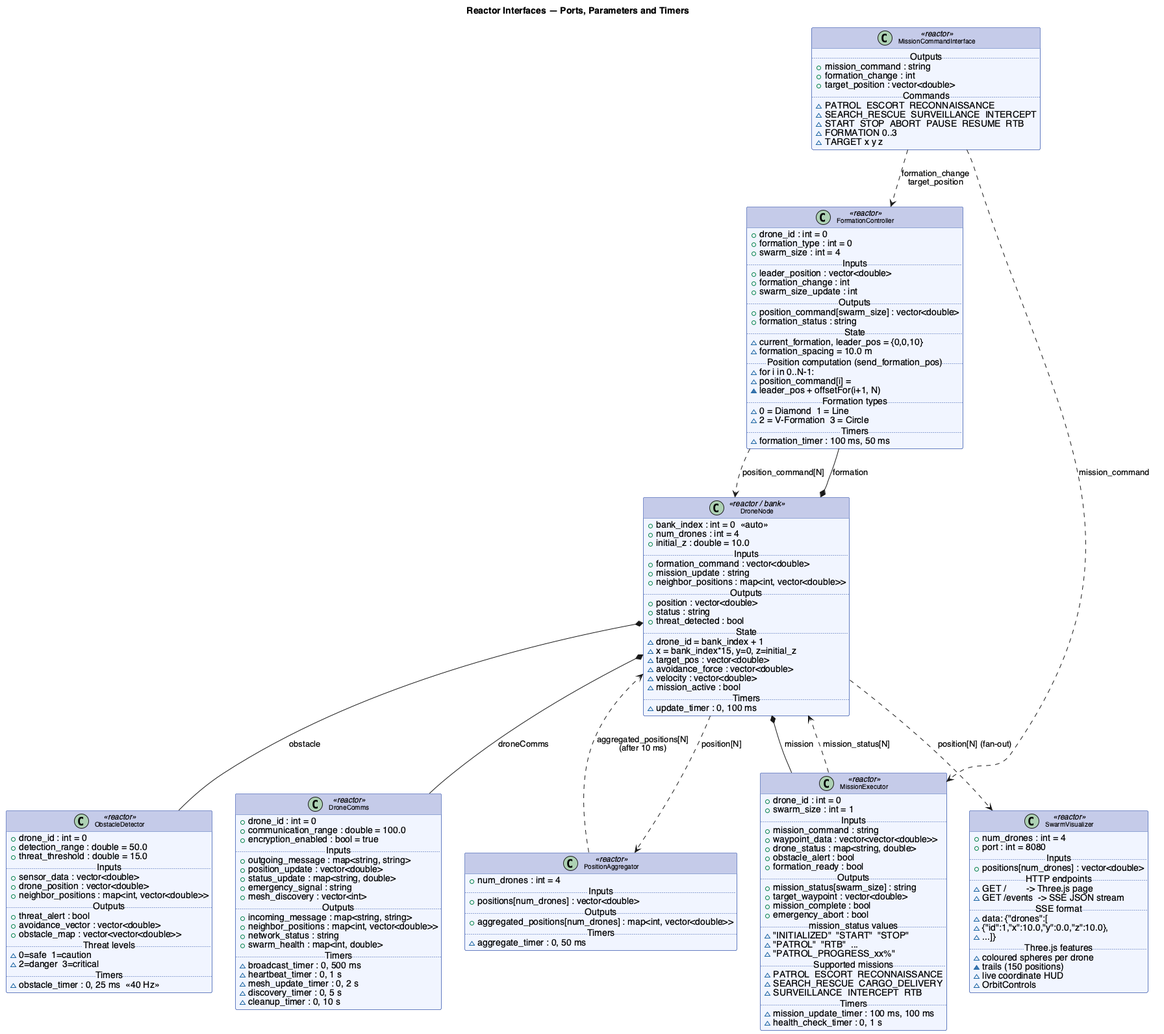
The PlantUML diagram doc/diagrams/images/03_reactors_interfaces.png in xwarzee/uav_lf, before a commit.
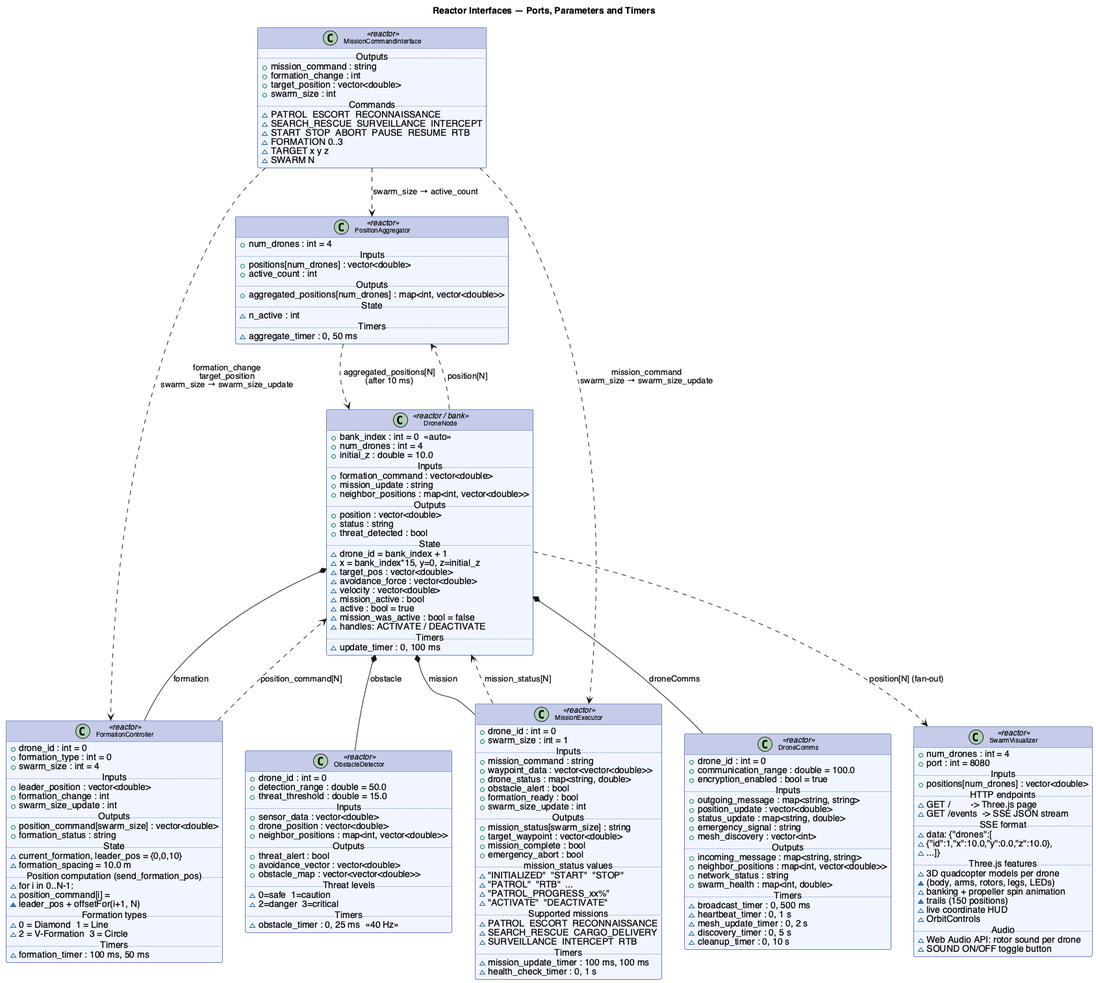
Above is the later version.

Commit message:
update doc with last changes: dynamic swarm resizing (limit max: initial size), quadcopter 3D model to visualize drones, sound per drone

The edit, as a diff of the source:
```diff
@@ -15,20 +15,25 @@
     + mission_command : string
     + formation_change : int
     + target_position : vector<double>
+    + swarm_size : int
     ..Commands..
     ~ PATROL  ESCORT  RECONNAISSANCE
     ~ SEARCH_RESCUE  SURVEILLANCE  INTERCEPT
     ~ START  STOP  ABORT  PAUSE  RESUME  RTB
     ~ FORMATION 0..3
     ~ TARGET x y z
+    ~ SWARM N
 }
 
 class "PositionAggregator" <<reactor>> {
     + num_drones : int = 4
     ..Inputs..
     + positions[num_drones] : vector<double>
+    + active_count : int
     ..Outputs..
     + aggregated_positions[num_drones] : map<int, vector<double>>
+    ..State..
+    ~ n_active : int
     ..Timers..
     ~ aggregate_timer : 0, 50 ms
 }
@@ -52,6 +57,9 @@
     ~ avoidance_force : vector<double>
     ~ velocity : vector<double>
     ~ mission_active : bool
+    ~ active : bool = true
+    ~ mission_was_active : bool = false
+    ~ handles: ACTIVATE / DEACTIVATE
     ..Timers..
     ~ update_timer : 0, 100 ms
 }
@@ -109,6 +117,7 @@
     + drone_status : map<string, double>
     + obstacle_alert : bool
     + formation_ready : bool
+    + swarm_size_update : int
     ..Outputs..
     + mission_status[swarm_size] : string
     + target_waypoint : vector<double>
@@ -118,6 +127,7 @@
     ~ "INITIALIZED"  "START"  "STOP"
     ~ "PATROL"  "RTB"  ...
     ~ "PATROL_PROGRESS_xx%"
+    ~ "ACTIVATE"  "DEACTIVATE"
     ..Supported missions..
     ~ PATROL  ESCORT  RECONNAISSANCE
     ~ SEARCH_RESCUE  CARGO_DELIVERY
@@ -163,10 +173,15 @@
     ~   {"id":1,"x":10.0,"y":0.0,"z":10.0},
     ~   ...]}
     ..Three.js features..
-    ~ coloured spheres per drone
+    ~ 3D quadcopter models per drone
+    ~   (body, arms, rotors, legs, LEDs)
+    ~ banking + propeller spin animation
     ~ trails (150 positions)
     ~ live coordinate HUD
     ~ OrbitControls
+    ..Audio..
+    ~ Web Audio API: rotor sound per drone
+    ~ SOUND ON/OFF toggle button
 }
 
 DroneNode *-- FormationController : formation
@@ -174,8 +189,9 @@
 DroneNode *-- MissionExecutor    : mission
 DroneNode *-- DroneComms         : droneComms
 
-MissionCommandInterface ..> MissionExecutor    : mission_command
-MissionCommandInterface ..> FormationController : formation_change\ntarget_position
+MissionCommandInterface ..> MissionExecutor    : mission_command\nswarm_size → swarm_size_update
+MissionCommandInterface ..> FormationController : formation_change\ntarget_position\nswarm_size → swarm_size_update
+MissionCommandInterface ..> PositionAggregator : swarm_size → active_count
 FormationController     ..> DroneNode          : position_command[N]
 MissionExecutor         ..> DroneNode          : mission_status[N]
 DroneNode               ..> PositionAggregator : position[N]
```
